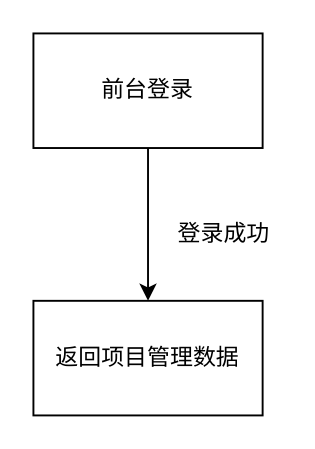
Earlier version of the draw.io diagram 数据资产管理平台_详设.drawio (Saiable/drawio). Source tidied: cells renumbered, new cells numbered last; positions are measured from the earlier drawing's top-left corner, leaving out a move shared by most shapes. Both pictures are drawn from the tidied source at 191%, with x=0, y=0 at pixel (32, 32).
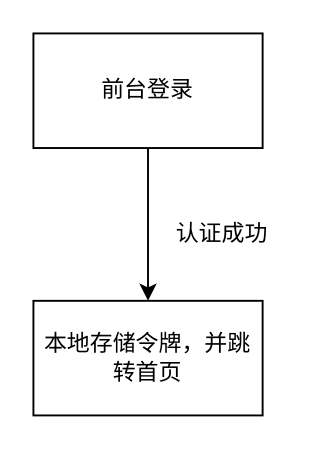
The same diagram, later.

Commit message:
更新数据资产管理平台_详设.drawio

The edit, as a diff of the source:
```diff
@@
 <mxGraphModel>
   <root>
     <mxCell id="0" />
     <mxCell id="1" parent="0" />
     <mxCell id="2" style="edgeStyle=orthogonalEdgeStyle;rounded=0;jettySize=auto;html=1;" parent="1" edge="1" source="3" target="4">
       <mxGeometry relative="1" as="geometry" />
     </mxCell>
     <mxCell id="3" value="前台登录" style="rounded=0;whiteSpace=wrap;html=1;" parent="1" vertex="1">
       <mxGeometry width="120" height="60" as="geometry" />
     </mxCell>
-    <mxCell id="4" value="返回项目管理数据" style="whiteSpace=wrap;html=1;rounded=0;" parent="1" vertex="1">
+    <mxCell id="4" value="本地存储令牌，并跳转首页" style="whiteSpace=wrap;html=1;rounded=0;" parent="1" vertex="1">
       <mxGeometry y="140" width="120" height="60" as="geometry" />
     </mxCell>
-    <mxCell id="5" value="登录成功" style="text;html=1;strokeColor=none;fillColor=none;align=center;verticalAlign=middle;whiteSpace=wrap;rounded=0;" parent="1" vertex="1">
-      <mxGeometry x="70" y="90" width="60" height="30" as="geometry" />
+    <mxCell id="5" value="认证成功" style="text;html=1;strokeColor=none;fillColor=none;align=center;verticalAlign=middle;whiteSpace=wrap;rounded=0;" parent="1" vertex="1">
+      <mxGeometry x="69" y="90" width="60" height="30" as="geometry" />
     </mxCell>
   </root>
 </mxGraphModel>
```
